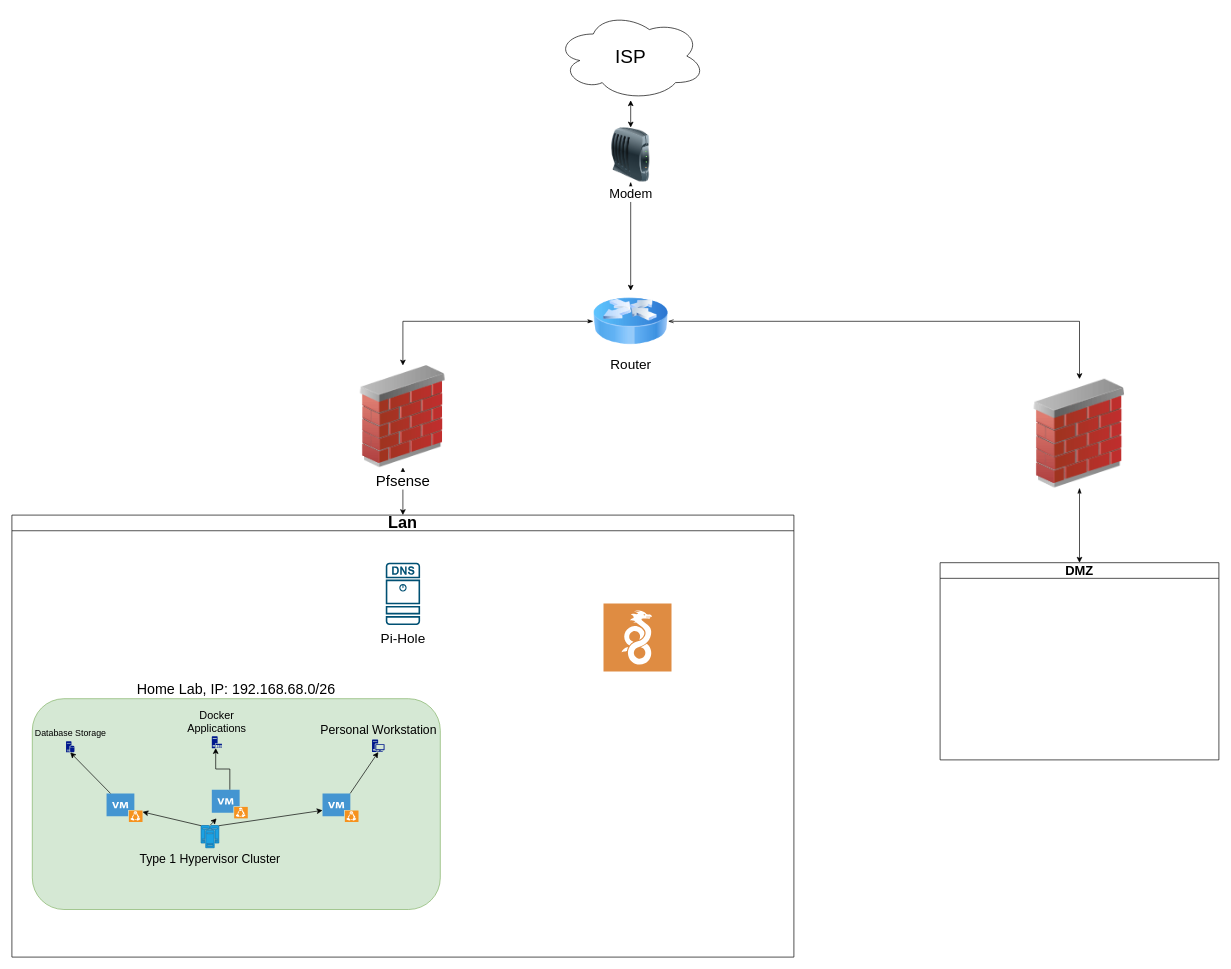
Ezequiel-Valencia/Homelab-K8 keeps this draw.io diagram as page "Atlas" (1 of 6) of Home Lab.drawio. Above is the earlier version. Source tidied: cells renumbered, new cells numbered last; positions are measured from the earlier drawing's top-left corner, leaving out a move shared by most shapes. Both pictures are drawn from the tidied source at 68%, with x=0, y=0 at pixel (12, 12).
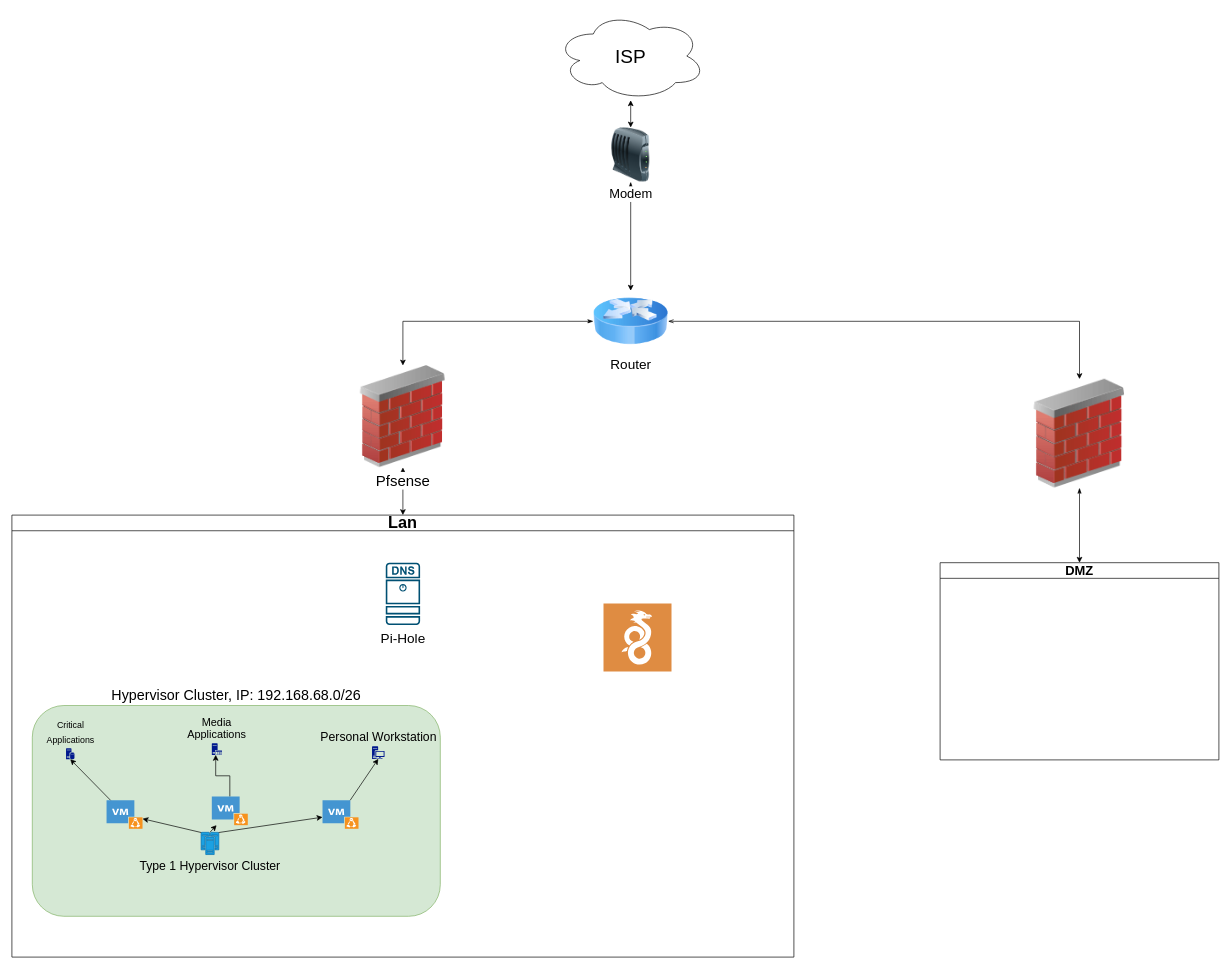
Above is the later version.

Unchanged cells that the change refers to:
```xml
<mxCell id="9" value="Lan" style="swimlane;whiteSpace=wrap;html=1;fontSize=24;labelBorderColor=none;" parent="1" vertex="1">
  <mxGeometry y="740" width="1150" height="650" as="geometry" />
</mxCell>
```

The edit, as a diff of the source:
```diff
@@
     <mxCell id="10" style="group;" parent="9" vertex="1">
-      <mxGeometry x="30" y="270" width="600" height="310" as="geometry" />
+      <mxGeometry x="30" y="280" width="600" height="310" as="geometry" />
     </mxCell>
-    <mxCell id="11" value="Home Lab, IP: 192.168.68.0/26" style="rounded=1;whiteSpace=wrap;html=1;labelPosition=center;verticalLabelPosition=top;align=center;verticalAlign=bottom;fontSize=21;fillColor=#d5e8d4;strokeColor=#82b366;" parent="10" vertex="1">
+    <mxCell id="11" value="Hypervisor Cluster, IP: 192.168.68.0/26" style="rounded=1;whiteSpace=wrap;html=1;labelPosition=center;verticalLabelPosition=top;align=center;verticalAlign=bottom;fontSize=21;fillColor=#d5e8d4;strokeColor=#82b366;" parent="10" vertex="1">
       <mxGeometry width="600" height="310" as="geometry" />
     </mxCell>
@@
-    <mxCell id="13" value="&lt;font style=&quot;font-size: 13px;&quot;&gt;Database Storage&lt;/font&gt;" style="sketch=0;shadow=0;dashed=0;html=1;strokeColor=none;labelPosition=center;verticalLabelPosition=top;verticalAlign=bottom;align=center;fillColor=#00188D;shape=mxgraph.mscae.enterprise.database_server;fontSize=18;" parent="10" vertex="1">
+    <mxCell id="13" value="&lt;span style=&quot;font-size: 13px;&quot;&gt;Critical &lt;br&gt;Applications&lt;/span&gt;" style="sketch=0;shadow=0;dashed=0;html=1;strokeColor=none;labelPosition=center;verticalLabelPosition=top;verticalAlign=bottom;align=center;fillColor=#00188D;shape=mxgraph.mscae.enterprise.database_server;fontSize=18;" parent="10" vertex="1">
       <mxGeometry x="49.6" y="62.7" width="12.4" height="16.3" as="geometry" />
     </mxCell>
@@
-    <mxCell id="15" value="Docker Applications" style="sketch=0;shadow=0;dashed=0;html=1;strokeColor=none;labelPosition=center;verticalLabelPosition=top;verticalAlign=bottom;align=center;fillColor=#00188D;shape=mxgraph.mscae.enterprise.application_server;fontSize=16;whiteSpace=wrap;" parent="10" vertex="1">
+    <mxCell id="15" value="Media Applications" style="sketch=0;shadow=0;dashed=0;html=1;strokeColor=none;labelPosition=center;verticalLabelPosition=top;verticalAlign=bottom;align=center;fillColor=#00188D;shape=mxgraph.mscae.enterprise.application_server;fontSize=16;whiteSpace=wrap;" parent="10" vertex="1">
       <mxGeometry x="264" y="55.4" width="14.9" height="17.4" as="geometry" />
     </mxCell>
```
